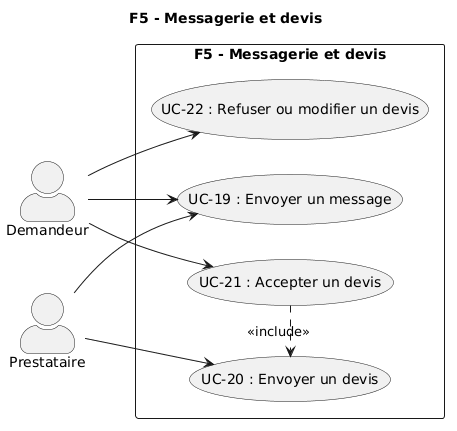
The PlantUML diagram images/diagramme_cu_p5.png in KazeHolloway/Projet_LaTex, before a commit.
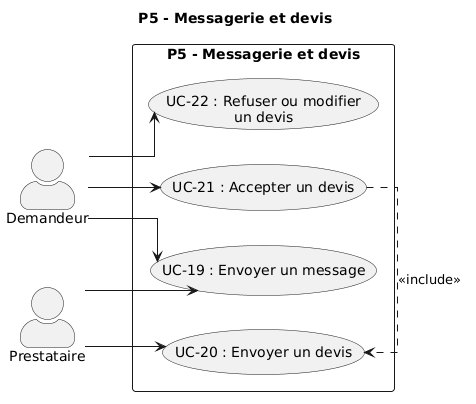
After the commit.

Commit message:
PreÃÃmière correction des diagramme de cas d'utilisation

Change to the diagram source:
```diff
@@ -1,17 +1,18 @@
 @startuml
-title F5 - Messagerie et devis
+title P5 - Messagerie et devis
 
 left to right direction
 skinparam actorStyle awesome
+skinparam linetype ortho
 
 actor "Demandeur" as demandeur
 actor "Prestataire" as prestataire
 
-rectangle "F5 - Messagerie et devis" {
+rectangle "P5 - Messagerie et devis" {
   usecase "UC-19 : Envoyer un message" as UC19
   usecase "UC-20 : Envoyer un devis" as UC20
   usecase "UC-21 : Accepter un devis" as UC21
-  usecase "UC-22 : Refuser ou modifier un devis" as UC22
+  usecase "UC-22 : Refuser ou modifier\nun devis" as UC22
 }
 
 UC21 .> UC20 : <<include>>
```
